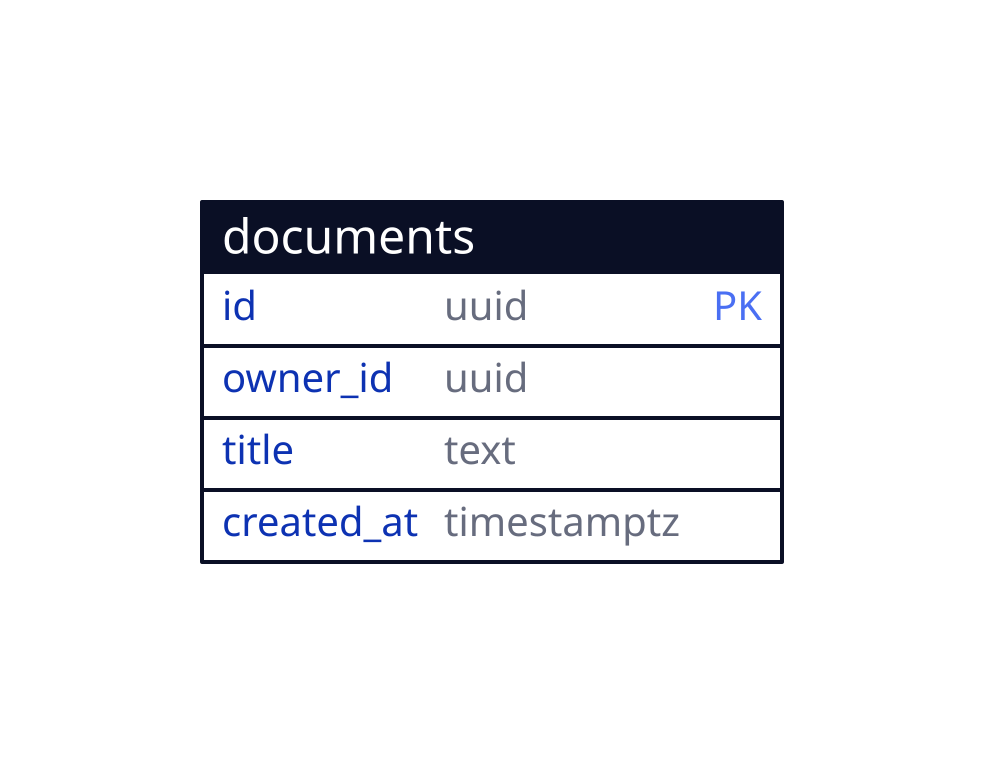
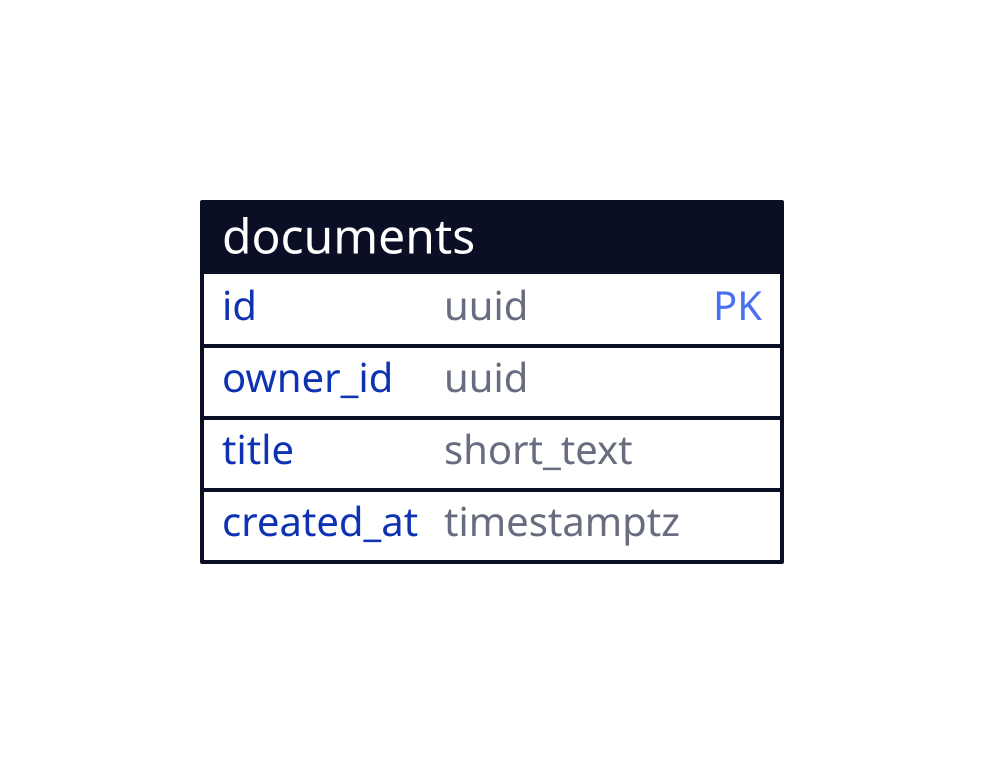
documents: {
  shape: sql_table
  id: uuid {constraint: primary_key}
  owner_id: uuid
-   title: text
+   title: short_text
  created_at: timestamptz
}
